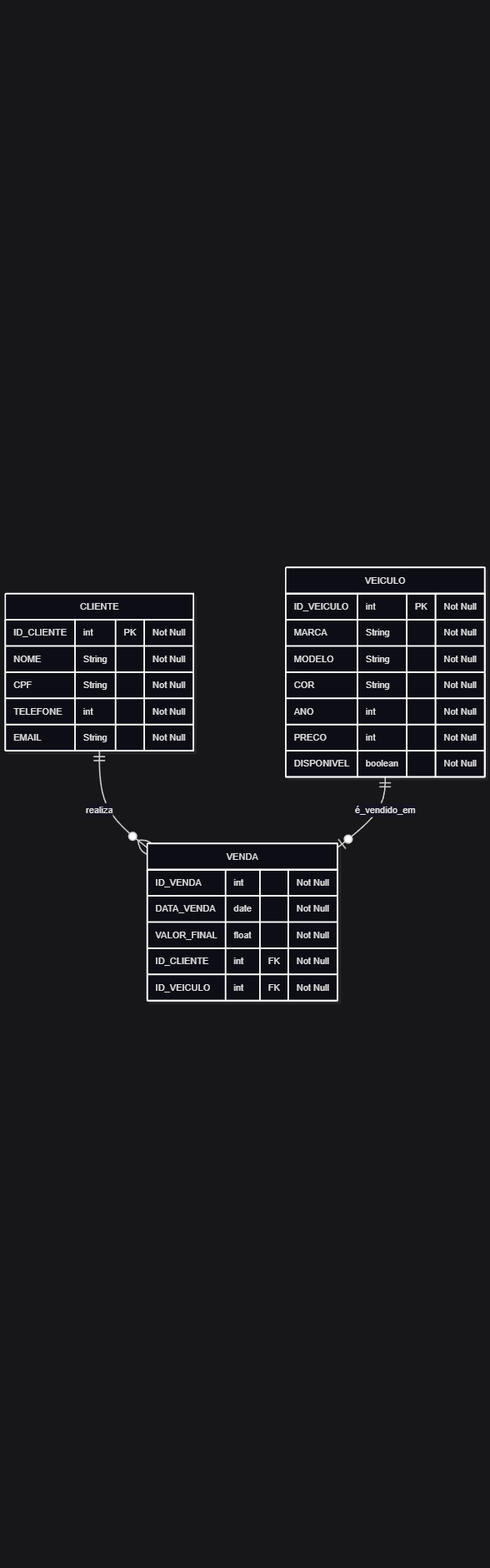
Earlier version of the Mermaid export diagrams/mid_concenssionaria.png (Kathelyn-Farias/GerenciamentoConcessionaria_C2_A2). Its source is kept beside it as diagrams/mid_concenssionaria.mmd. The source it was exported from:
```mermaid
erDiagram
    CLIENTE ||--o{ VENDA : "realiza"
    VEICULO ||--o| VENDA : "é_vendido_em"

CLIENTE{
    ID_CLIENTE  int PK  "Not Null"
    NOME    String  "Not Null"
    CPF String     "Not Null"
    TELEFONE    int "Not Null"
    EMAIL   String  "Not Null"
}

VEICULO{
    ID_VEICULO  int PK  "Not Null"
    MARCA   String  "Not Null"
    MODELO  String  "Not Null"
    COR String  "Not Null"
    ANO int "Not Null"
    PRECO   int "Not Null"
    DISPONIVEL  boolean "Not Null"
}

VENDA{
    ID_VENDA  int "Not Null"
    DATA_VENDA  date "Not Null"
    VALOR_FINAL float   "Not Null"
    ID_CLIENTE  int FK  "Not Null"
    ID_VEICULO  int FK  "Not Null"
}
```
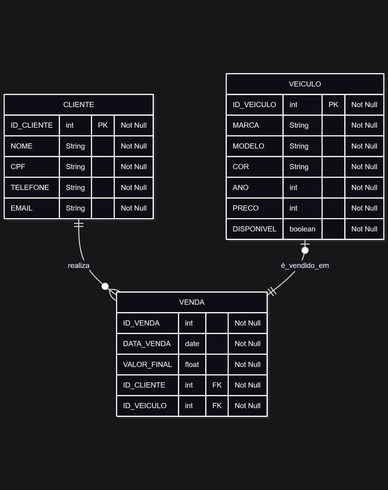
After the change.

Diff of the diagram source:
```diff
@@ -1,12 +1,12 @@
 erDiagram
     CLIENTE ||--o{ VENDA : "realiza"
-    VEICULO ||--o| VENDA : "é_vendido_em"
+    VEICULO o|--|| VENDA : "é_vendido_em"
 
 CLIENTE{
     ID_CLIENTE  int PK  "Not Null"
     NOME    String  "Not Null"
     CPF String     "Not Null"
-    TELEFONE    int "Not Null"
+    TELEFONE    String "Not Null"
     EMAIL   String  "Not Null"
 }
 
```
